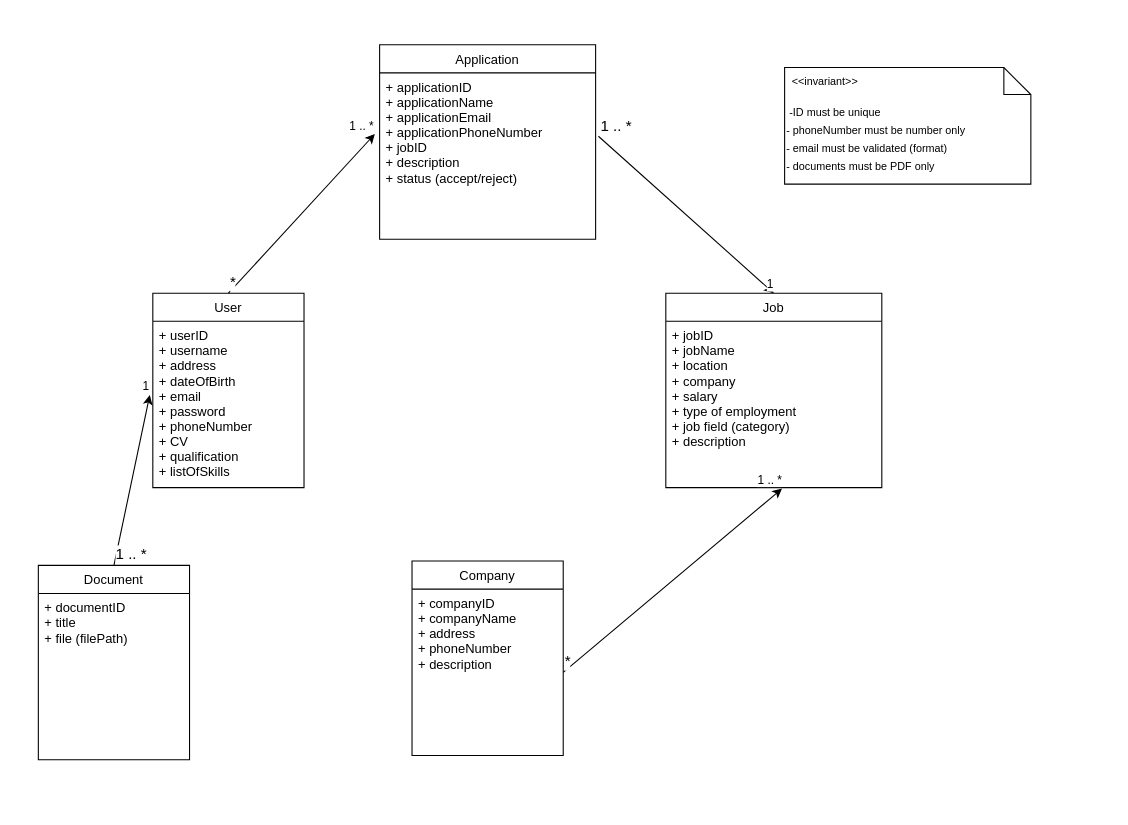
troppdus/MyWorstJobApp keeps this draw.io diagram as uml/information_domain_model.drawio. Above is the earlier version. Source tidied: cells renumbered, new cells numbered last; positions are measured from the earlier drawing's top-left corner, leaving out a move shared by most shapes. Both pictures are drawn from the tidied source at 108%, with x=0, y=0 at pixel (38, 44).
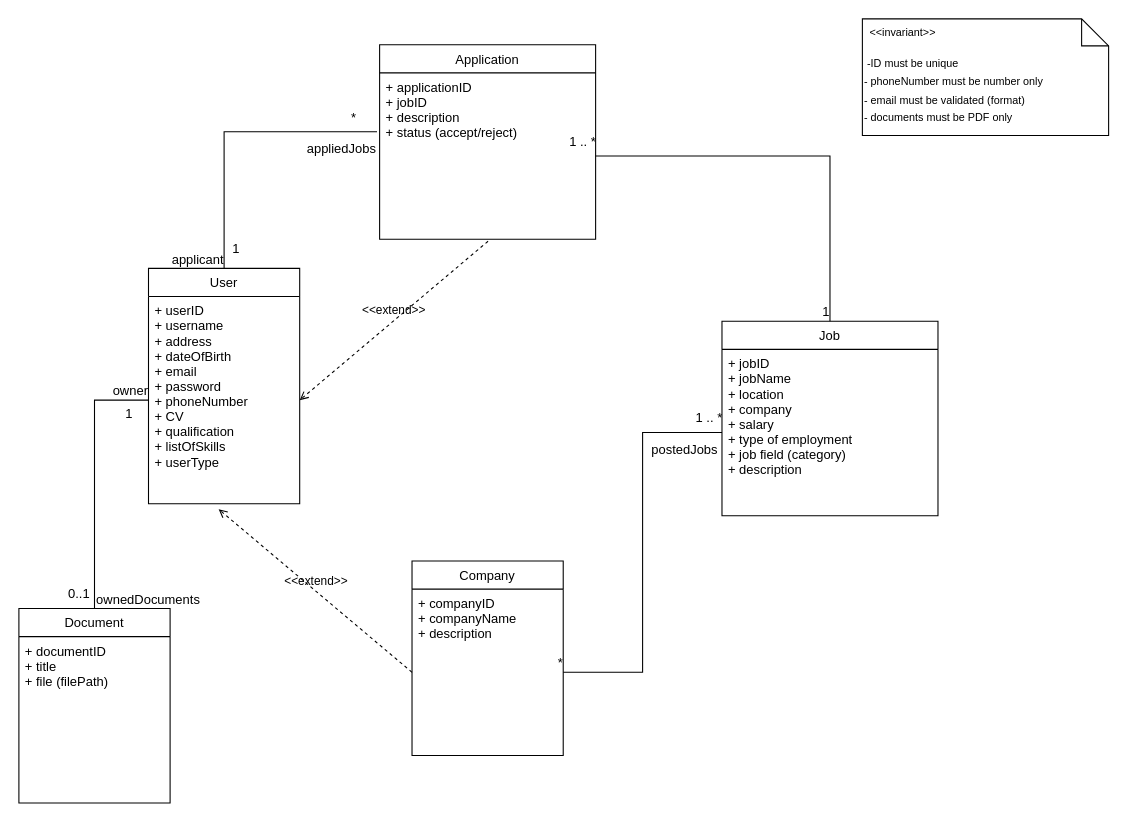
After the change.

The change refers to these unchanged cells:
```xml
<mxCell id="4" value="Company" style="swimlane;fontStyle=0;horizontal=1;startSize=26;fillColor=none;" parent="1" vertex="1">
  <mxGeometry x="346" y="478" width="140" height="180" as="geometry" />
</mxCell>
<mxCell id="7" value="+ jobID&#10;+ jobName&#10;+ location&#10;+ company&#10;+ salary&#10;+ type of employment&#10;+ job field (category)&#10;+ description&#10;&#10;" style="text;strokeColor=none;fillColor=none;align=left;verticalAlign=top;spacingLeft=4;spacingRight=4;overflow=hidden;points=[[0,0.5],[1,0.5]];portConstraint=eastwest;" parent="6" vertex="1">
  <mxGeometry y="26" width="200" height="154" as="geometry" />
</mxCell>
<mxCell id="8" value="Application" style="swimlane;fontStyle=0;horizontal=1;startSize=26;fillColor=none;" parent="1" vertex="1">
  <mxGeometry x="316" width="200" height="180" as="geometry" />
</mxCell>
```

The edit, as a diff of the source:
```diff
@@
     <mxCell id="2" value="User" style="swimlane;fontStyle=0;horizontal=1;startSize=26;fillColor=none;" parent="1" vertex="1">
-      <mxGeometry x="106" y="230" width="140" height="180" as="geometry" />
+      <mxGeometry x="102" y="207" width="140" height="218" as="geometry" />
     </mxCell>
-    <mxCell id="3" value="+ userID&#10;+ username&#10;+ address&#10;+ dateOfBirth&#10;+ email&#10;+ password&#10;+ phoneNumber&#10;+ CV&#10;+ qualification&#10;+ listOfSkills&#10;" style="text;strokeColor=none;fillColor=none;align=left;verticalAlign=top;spacingLeft=4;spacingRight=4;overflow=hidden;points=[[0,0.5],[1,0.5]];portConstraint=eastwest;" parent="2" vertex="1">
-      <mxGeometry y="26" width="140" height="154" as="geometry" />
+    <mxCell id="3" value="+ userID&#10;+ username&#10;+ address&#10;+ dateOfBirth&#10;+ email&#10;+ password&#10;+ phoneNumber&#10;+ CV&#10;+ qualification&#10;+ listOfSkills&#10;+ userType&#10;" style="text;strokeColor=none;fillColor=none;align=left;verticalAlign=top;spacingLeft=4;spacingRight=4;overflow=hidden;points=[[0,0.5],[1,0.5]];portConstraint=eastwest;" parent="2" vertex="1">
+      <mxGeometry y="26" width="140" height="192" as="geometry" />
     </mxCell>
@@
-    <mxCell id="5" value="+ companyID&#10;+ companyName&#10;+ address&#10;+ phoneNumber&#10;+ description&#10;&#10;" style="text;strokeColor=none;fillColor=none;align=left;verticalAlign=top;spacingLeft=4;spacingRight=4;overflow=hidden;points=[[0,0.5],[1,0.5]];portConstraint=eastwest;" parent="4" vertex="1">
+    <mxCell id="5" value="+ companyID&#10;+ companyName&#10;+ description&#10;&#10;" style="text;strokeColor=none;fillColor=none;align=left;verticalAlign=top;spacingLeft=4;spacingRight=4;overflow=hidden;points=[[0,0.5],[1,0.5]];portConstraint=eastwest;" parent="4" vertex="1">
       <mxGeometry y="26" width="140" height="154" as="geometry" />
     </mxCell>
     <mxCell id="6" value="Job" style="swimlane;fontStyle=0;horizontal=1;startSize=26;fillColor=none;" parent="1" vertex="1">
-      <mxGeometry x="581" y="230" width="200" height="180" as="geometry" />
+      <mxGeometry x="633" y="256" width="200" height="180" as="geometry" />
     </mxCell>
@@
-    <mxCell id="9" value="+ applicationID&#10;+ applicationName&#10;+ applicationEmail&#10;+ applicationPhoneNumber&#10;+ jobID&#10;+ description&#10;+ status (accept/reject)&#10;&#10;" style="text;strokeColor=none;fillColor=none;align=left;verticalAlign=top;spacingLeft=4;spacingRight=4;overflow=hidden;points=[[0,0.5],[1,0.5]];portConstraint=eastwest;" parent="8" vertex="1">
+    <mxCell id="9" value="+ applicationID&#10;+ jobID&#10;+ description&#10;+ status (accept/reject)&#10;&#10;" style="text;strokeColor=none;fillColor=none;align=left;verticalAlign=top;spacingLeft=4;spacingRight=4;overflow=hidden;points=[[0,0.5],[1,0.5]];portConstraint=eastwest;" parent="8" vertex="1">
       <mxGeometry y="26" width="200" height="154" as="geometry" />
     </mxCell>
-    <mxCell id="10" style="endArrow=classic;html=1;exitX=0.5;exitY=0;exitDx=0;exitDy=0;entryX=-0.022;entryY=0.367;entryDx=0;entryDy=0;entryPerimeter=0;" parent="1" edge="1" source="2" target="9">
-      <mxGeometry relative="1" as="geometry" />
-    </mxCell>
-    <mxCell id="11" value="&lt;font style=&quot;font-size: 14px;&quot;&gt;*&lt;/font&gt;" style="edgeLabel;html=1;align=left;verticalAlign=bottom;" parent="10" vertex="1">
-      <mxGeometry x="-1" relative="1" as="geometry" />
-    </mxCell>
-    <mxCell id="12" value="1 .. *" style="edgeLabel;html=1;align=right;verticalAlign=bottom;" parent="10" vertex="1">
-      <mxGeometry x="1" relative="1" as="geometry" />
-    </mxCell>
-    <mxCell id="13" style="endArrow=classic;html=1;exitX=1;exitY=0.5;exitDx=0;exitDy=0;entryX=0.538;entryY=1.006;entryDx=0;entryDy=0;entryPerimeter=0;" parent="1" edge="1" source="5" target="7">
-      <mxGeometry relative="1" as="geometry" />
-    </mxCell>
-    <mxCell id="14" value="&lt;font style=&quot;font-size: 14px;&quot;&gt;*&lt;/font&gt;" style="edgeLabel;html=1;align=left;verticalAlign=bottom;" parent="13" vertex="1">
-      <mxGeometry x="-1" relative="1" as="geometry" />
-    </mxCell>
-    <mxCell id="15" value="1 .. *" style="edgeLabel;html=1;align=right;verticalAlign=bottom;" parent="13" vertex="1">
-      <mxGeometry x="1" relative="1" as="geometry" />
-    </mxCell>
-    <mxCell id="16" style="endArrow=classic;html=1;exitX=1.013;exitY=0.381;exitDx=0;exitDy=0;entryX=0.5;entryY=0;entryDx=0;entryDy=0;exitPerimeter=0;" parent="1" edge="1" source="9" target="6">
-      <mxGeometry relative="1" as="geometry" />
-    </mxCell>
-    <mxCell id="17" value="&lt;font style=&quot;font-size: 14px;&quot;&gt;1 .. *&lt;/font&gt;" style="edgeLabel;html=1;align=left;verticalAlign=bottom;" parent="16" vertex="1">
-      <mxGeometry x="-1" relative="1" as="geometry" />
-    </mxCell>
-    <mxCell id="18" value="1" style="edgeLabel;html=1;align=right;verticalAlign=bottom;" parent="16" vertex="1">
-      <mxGeometry x="1" relative="1" as="geometry" />
-    </mxCell>
     <mxCell id="19" value="&lt;font style=&quot;font-size: 10px;&quot;&gt;&amp;nbsp;-ID must be unique&lt;br&gt;- phoneNumber must be number only&lt;br&gt;- email must be validated (format)&lt;br&gt;- documents must be PDF only&lt;br&gt;&lt;/font&gt;" style="shape=note2;boundedLbl=1;whiteSpace=wrap;html=1;size=25;verticalAlign=top;align=left;fontSize=14;" parent="1" vertex="1">
-      <mxGeometry x="691" y="21" width="228" height="108" as="geometry" />
+      <mxGeometry x="763" y="-24" width="228" height="108" as="geometry" />
     </mxCell>
@@
     <mxCell id="21" value="Document" style="swimlane;fontStyle=0;horizontal=1;startSize=26;fillColor=none;" parent="1" vertex="1">
-      <mxGeometry y="482" width="140" height="180" as="geometry" />
+      <mxGeometry x="-18" y="522" width="140" height="180" as="geometry" />
     </mxCell>
@@
-    <mxCell id="23" style="endArrow=classic;html=1;exitX=0.5;exitY=0;exitDx=0;exitDy=0;entryX=-0.02;entryY=0.443;entryDx=0;entryDy=0;entryPerimeter=0;" parent="1" edge="1" source="21" target="3">
+    <mxCell id="23" style="endArrow=none;html=1;rounded=0;align=center;verticalAlign=top;endFill=0;labelBackgroundColor=none;exitX=0.5;exitY=0;exitDx=0;exitDy=0;entryX=0;entryY=0.5;entryDx=0;entryDy=0;edgeStyle=orthogonalEdgeStyle;" parent="1" edge="1" source="21" target="3">
       <mxGeometry relative="1" as="geometry" />
     </mxCell>
-    <mxCell id="24" value="&lt;font style=&quot;font-size: 14px;&quot;&gt;1 .. *&lt;/font&gt;" style="edgeLabel;html=1;align=left;verticalAlign=bottom;" parent="23" vertex="1">
-      <mxGeometry x="-1" relative="1" as="geometry" />
-    </mxCell>
-    <mxCell id="25" value="1" style="edgeLabel;html=1;align=right;verticalAlign=bottom;" parent="23" vertex="1">
-      <mxGeometry x="1" relative="1" as="geometry" />
-    </mxCell>
+    <mxCell id="26" value="ownedDocuments" style="html=1;align=left;verticalAlign=bottom;labelBackgroundColor=none;" parent="23" vertex="1">
+      <mxGeometry x="-1" relative="1" as="geometry" />
+    </mxCell>
+    <mxCell id="27" value="0..1" style="html=1;align=left;verticalAlign=top;labelBackgroundColor=none;" parent="23" vertex="1">
+      <mxGeometry x="-1" relative="1" as="geometry">
+        <mxPoint x="-26" y="-27" as="offset" />
+      </mxGeometry>
+    </mxCell>
+    <mxCell id="28" value="owner" style="html=1;align=right;verticalAlign=bottom;labelBackgroundColor=none;" parent="23" vertex="1">
+      <mxGeometry x="1" relative="1" as="geometry" />
+    </mxCell>
+    <mxCell id="29" value="1" style="html=1;align=left;verticalAlign=top;labelBackgroundColor=none;" parent="1" vertex="1">
+      <mxGeometry x="79" y="328" as="geometry" />
+    </mxCell>
+    <mxCell id="30" style="endArrow=none;html=1;rounded=0;align=center;verticalAlign=top;endFill=0;labelBackgroundColor=none;exitX=-0.012;exitY=0.354;exitDx=0;exitDy=0;entryX=0.5;entryY=0;entryDx=0;entryDy=0;edgeStyle=orthogonalEdgeStyle;exitPerimeter=0;" parent="1" edge="1" source="9" target="2">
+      <mxGeometry relative="1" as="geometry" />
+    </mxCell>
+    <mxCell id="31" value="appliedJobs" style="html=1;align=left;verticalAlign=bottom;labelBackgroundColor=none;" parent="30" vertex="1">
+      <mxGeometry x="-1" relative="1" as="geometry">
+        <mxPoint x="-67" y="24" as="offset" />
+      </mxGeometry>
+    </mxCell>
+    <mxCell id="32" value="*" style="html=1;align=left;verticalAlign=top;labelBackgroundColor=none;" parent="30" vertex="1">
+      <mxGeometry x="-1" relative="1" as="geometry">
+        <mxPoint x="-26" y="-27" as="offset" />
+      </mxGeometry>
+    </mxCell>
+    <mxCell id="33" value="applicant" style="html=1;align=right;verticalAlign=bottom;labelBackgroundColor=none;" parent="30" vertex="1">
+      <mxGeometry x="1" relative="1" as="geometry" />
+    </mxCell>
+    <mxCell id="34" value="1" style="html=1;align=left;verticalAlign=top;labelBackgroundColor=none;" parent="1" vertex="1">
+      <mxGeometry x="178" y="175" as="geometry" />
+    </mxCell>
+    <mxCell id="35" style="endArrow=none;html=1;rounded=0;align=center;verticalAlign=top;endFill=0;labelBackgroundColor=none;exitX=0;exitY=0.5;exitDx=0;exitDy=0;entryX=1;entryY=0.5;entryDx=0;entryDy=0;edgeStyle=orthogonalEdgeStyle;" parent="1" edge="1" source="7" target="5">
+      <mxGeometry relative="1" as="geometry" />
+    </mxCell>
+    <mxCell id="36" value="postedJobs" style="html=1;align=left;verticalAlign=bottom;labelBackgroundColor=none;" parent="35" vertex="1">
+      <mxGeometry x="-1" relative="1" as="geometry">
+        <mxPoint x="-67" y="24" as="offset" />
+      </mxGeometry>
+    </mxCell>
+    <mxCell id="37" value="1 .. *" style="html=1;align=left;verticalAlign=top;labelBackgroundColor=none;" parent="35" vertex="1">
+      <mxGeometry x="-1" relative="1" as="geometry">
+        <mxPoint x="-26" y="-27" as="offset" />
+      </mxGeometry>
+    </mxCell>
+    <mxCell id="38" value="*" style="html=1;align=right;verticalAlign=bottom;labelBackgroundColor=none;" parent="35" vertex="1">
+      <mxGeometry x="1" relative="1" as="geometry" />
+    </mxCell>
+    <mxCell id="16" style="endArrow=none;html=1;rounded=0;align=center;verticalAlign=top;endFill=0;labelBackgroundColor=none;exitX=1;exitY=0.5;exitDx=0;exitDy=0;entryX=0.5;entryY=0;entryDx=0;entryDy=0;edgeStyle=orthogonalEdgeStyle;" parent="1" edge="1" source="9" target="6">
+      <mxGeometry relative="1" as="geometry" />
+    </mxCell>
+    <mxCell id="39" value="1 .. *" style="html=1;align=left;verticalAlign=top;labelBackgroundColor=none;" parent="16" vertex="1">
+      <mxGeometry x="-1" relative="1" as="geometry">
+        <mxPoint x="-26" y="-27" as="offset" />
+      </mxGeometry>
+    </mxCell>
+    <mxCell id="40" value="1" style="html=1;align=right;verticalAlign=bottom;labelBackgroundColor=none;" parent="16" vertex="1">
+      <mxGeometry x="1" relative="1" as="geometry" />
+    </mxCell>
+    <mxCell id="41" value="&amp;lt;&amp;lt;extend&amp;gt;&amp;gt;" style="html=1;verticalAlign=bottom;labelBackgroundColor=none;endArrow=open;endFill=0;dashed=1;exitX=0.502;exitY=1.012;exitDx=0;exitDy=0;exitPerimeter=0;entryX=1;entryY=0.5;entryDx=0;entryDy=0;" parent="1" edge="1" source="9" target="3">
+      <mxGeometry relative="1" as="geometry" />
+    </mxCell>
+    <mxCell id="42" value="&amp;lt;&amp;lt;extend&amp;gt;&amp;gt;" style="html=1;verticalAlign=bottom;labelBackgroundColor=none;endArrow=open;endFill=0;dashed=1;exitX=0;exitY=0.5;exitDx=0;exitDy=0;entryX=0.464;entryY=1.026;entryDx=0;entryDy=0;entryPerimeter=0;" parent="1" edge="1" source="5" target="3">
+      <mxGeometry relative="1" as="geometry" />
+    </mxCell>
```
